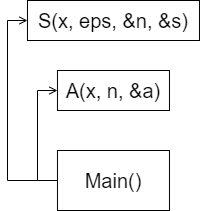
Above: structure.png in fhctyw/Lab5.2 (draw.io), before the change. Source tidied: cells renumbered, new cells last; positions are measured from the earlier drawing's top-left corner, leaving out a move shared by most shapes.
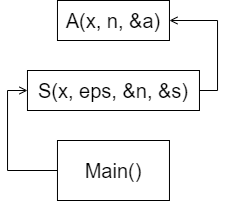
After the change.

Commit message:
remake structure

Change to the diagram source:
```diff
@@ -2,19 +2,11 @@
   <root>
     <mxCell id="0" />
     <mxCell id="1" parent="0" />
-    <mxCell id="2" style="edgeStyle=orthogonalEdgeStyle;rounded=0;jettySize=auto;html=1;entryX=0;entryY=0.5;entryDx=0;entryDy=0;fontSize=20;endArrow=open;endFill=0;" parent="1" edge="1" source="4" target="5">
-      <mxGeometry relative="1" as="geometry">
-        <Array as="points">
-          <mxPoint x="30" y="180" />
-          <mxPoint x="30" y="90" />
-        </Array>
-      </mxGeometry>
-    </mxCell>
     <mxCell id="3" style="edgeStyle=orthogonalEdgeStyle;rounded=0;jettySize=auto;html=1;entryX=0;entryY=0.5;entryDx=0;entryDy=0;fontSize=20;endArrow=open;endFill=0;" parent="1" edge="1" source="4" target="6">
       <mxGeometry relative="1" as="geometry">
         <Array as="points">
           <mxPoint y="180" />
-          <mxPoint y="20" />
+          <mxPoint y="100" />
         </Array>
       </mxGeometry>
     </mxCell>
@@ -22,10 +14,18 @@
       <mxGeometry x="50" y="150" width="112" height="60" as="geometry" />
     </mxCell>
     <mxCell id="5" value="&lt;font style=&quot;font-size: 20px&quot;&gt;A(x, n, &amp;amp;a)&lt;/font&gt;" style="rounded=0;whiteSpace=wrap;html=1;" parent="1" vertex="1">
-      <mxGeometry x="50" y="70" width="112" height="40" as="geometry" />
+      <mxGeometry x="50" y="10" width="112" height="40" as="geometry" />
     </mxCell>
+    <mxCell id="7" style="edgeStyle=orthogonalEdgeStyle;rounded=0;jettySize=auto;html=1;entryX=1;entryY=0.5;entryDx=0;entryDy=0;endArrow=open;endFill=0;" parent="1" edge="1" source="6" target="5">
+      <mxGeometry relative="1" as="geometry">
+        <Array as="points">
+          <mxPoint x="210" y="100" />
+          <mxPoint x="210" y="30" />
+        </Array>
+      </mxGeometry>
+    </mxCell>
     <mxCell id="6" value="&lt;font style=&quot;font-size: 20px&quot;&gt;S(x, eps, &amp;amp;n, &amp;amp;s)&lt;/font&gt;" style="rounded=0;whiteSpace=wrap;html=1;" parent="1" vertex="1">
-      <mxGeometry x="20" width="172" height="40" as="geometry" />
+      <mxGeometry x="20" y="80" width="172" height="40" as="geometry" />
     </mxCell>
   </root>
 </mxGraphModel>
```
